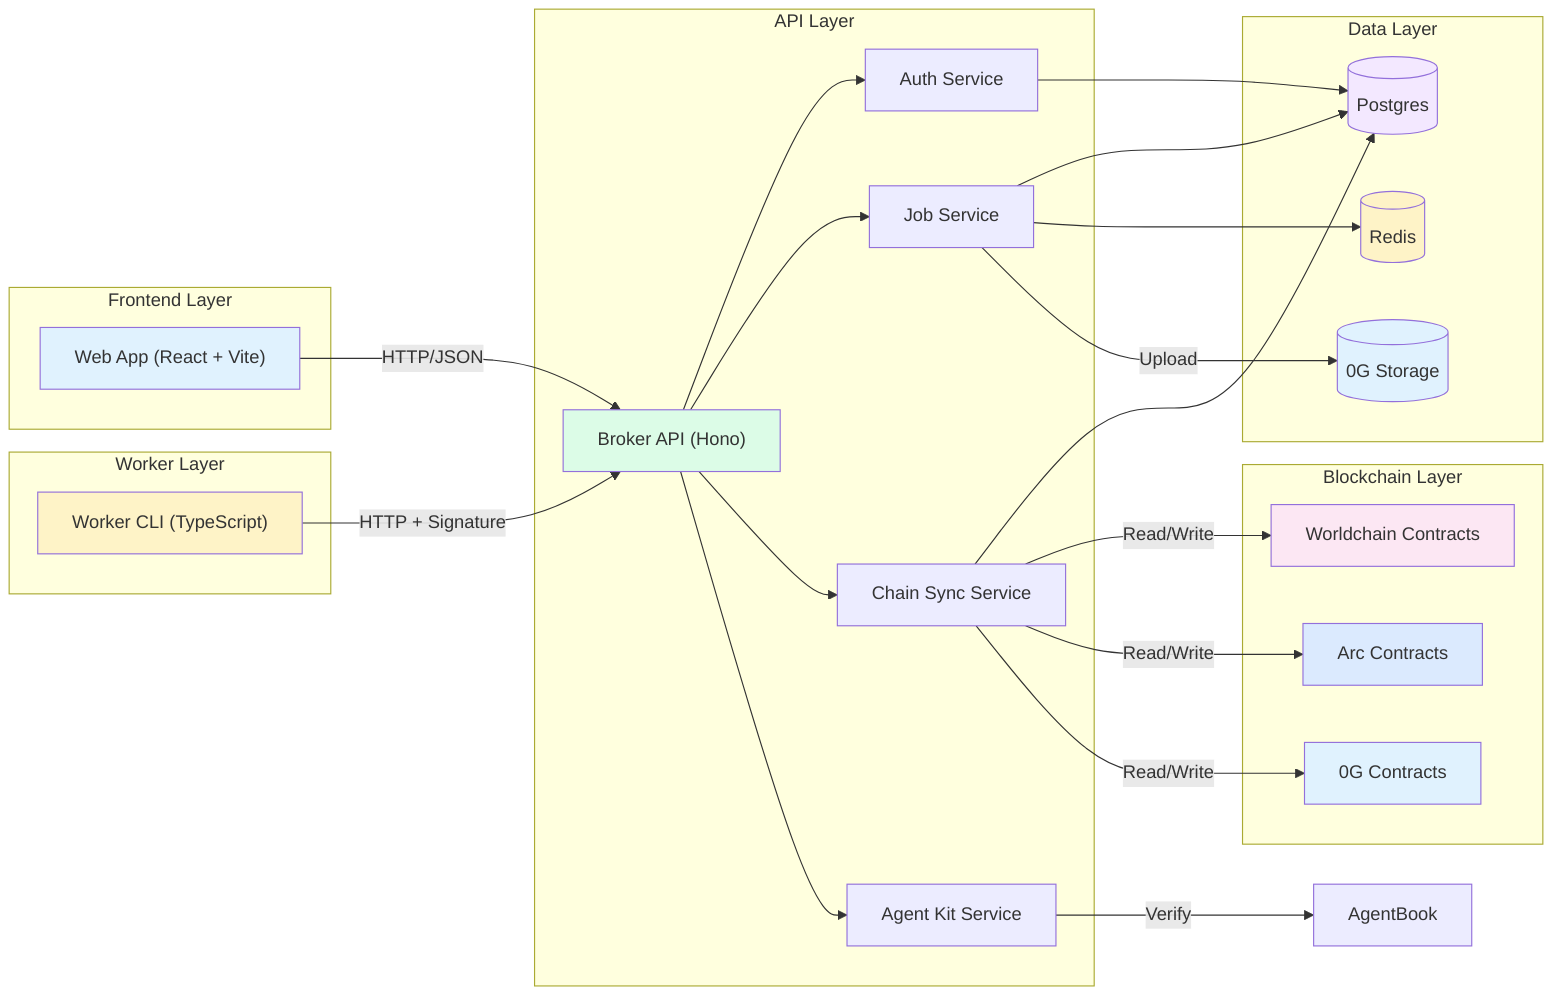
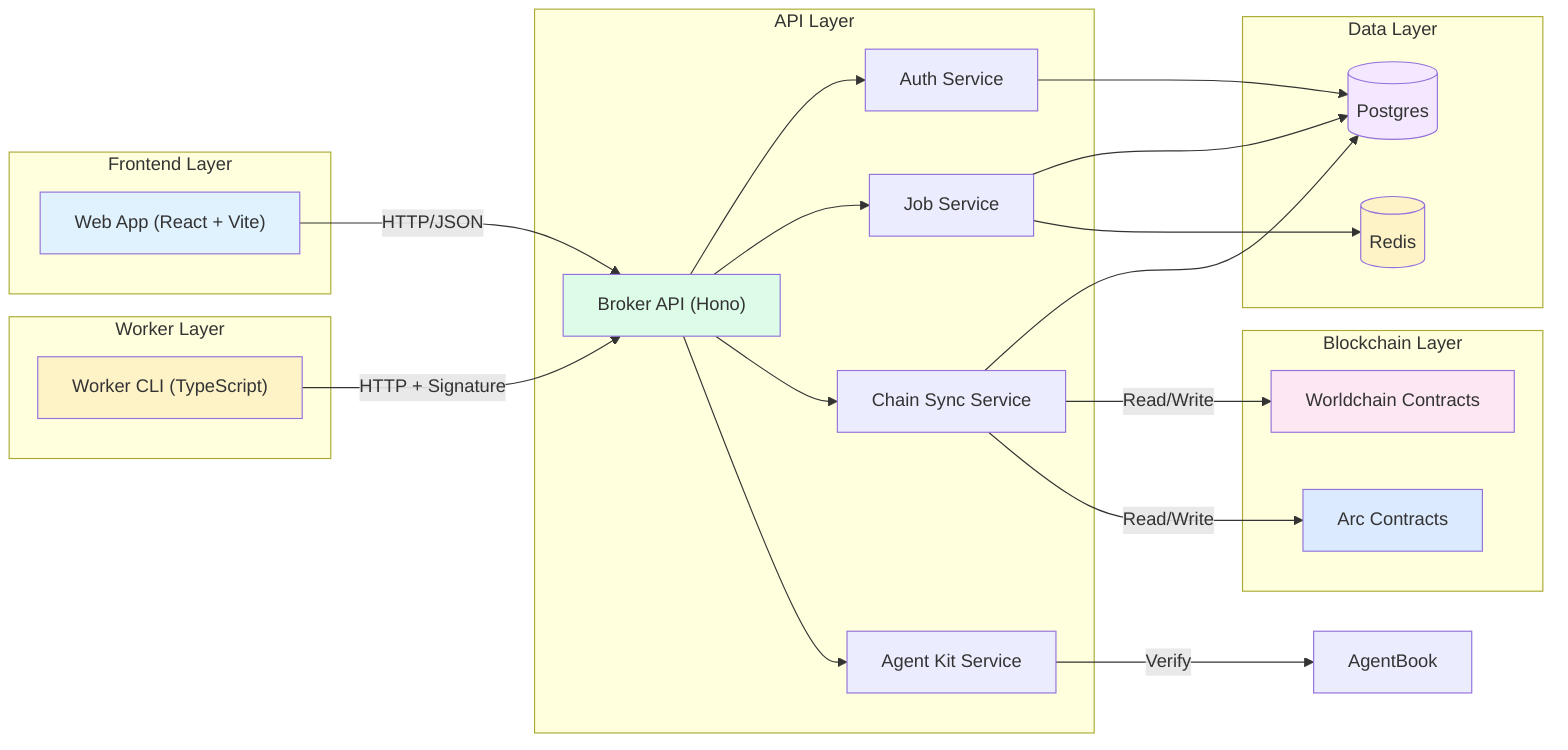
flowchart LR
    subgraph Frontend["Frontend Layer"]
        WebApp["Web App (React + Vite)"]
    end

    subgraph APILayer["API Layer"]
        BrokerAPI["Broker API (Hono)"]
        AuthSvc["Auth Service"]
        JobSvc["Job Service"]
        ChainSvc["Chain Sync Service"]
        AgentKitSvc["Agent Kit Service"]
    end

    subgraph DataLayer["Data Layer"]
        PG[(Postgres)]
        RD[(Redis)]
-         ZG[(0G Storage)]
    end

    subgraph WorkerLayer["Worker Layer"]
        CLI["Worker CLI (TypeScript)"]
    end

    subgraph ChainLayer["Blockchain Layer"]
        WC[Worldchain Contracts]
        AC[Arc Contracts]
-         ZC[0G Contracts]
    end

    WebApp -->|HTTP/JSON| BrokerAPI

    BrokerAPI --> AuthSvc
    BrokerAPI --> JobSvc
    BrokerAPI --> ChainSvc
    BrokerAPI --> AgentKitSvc

    AuthSvc --> PG
    JobSvc --> PG
    JobSvc --> RD
    ChainSvc --> PG

    CLI -->|HTTP + Signature| BrokerAPI

    ChainSvc -->|Read/Write| WC
    ChainSvc -->|Read/Write| AC
-     ChainSvc -->|Read/Write| ZC
- 
-     JobSvc -->|Upload| ZG

    AgentKitSvc -->|Verify| AgentBook

    style WebApp fill:#e0f2fe
    style BrokerAPI fill:#dcfce7
    style CLI fill:#fef3c7
    style PG fill:#f3e8ff
    style RD fill:#fef3c7
-     style ZG fill:#e0f2fe
    style WC fill:#fce7f3
    style AC fill:#dbeafe
-     style ZC fill:#e0f2fe
